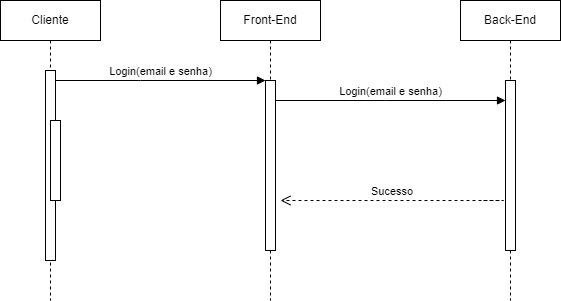
Above: arquivosinuteis/diagramasequencia2.drawio.png in Miguel11h/tcc (draw.io), before the change. Source tidied: cells renumbered, new cells last; positions are measured from the earlier drawing's top-left corner, leaving out a move shared by most shapes.
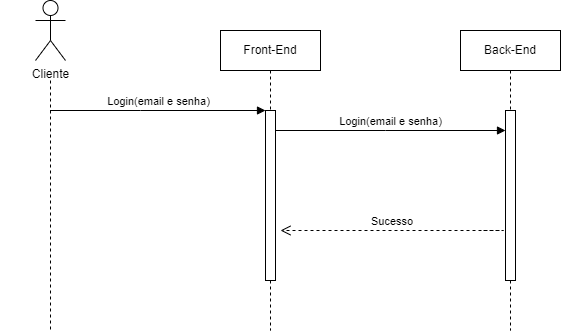
After the change.

Change to the diagram source:
```diff
@@ -1,23 +1,17 @@
-<mxGraphModel>
+<mxGraphModel background="#ffffff">
   <root>
     <mxCell id="0" />
     <mxCell id="1" parent="0" />
-    <mxCell id="2" value="Cliente" style="shape=umlLifeline;perimeter=lifelinePerimeter;whiteSpace=wrap;html=1;outlineConnect=0;portConstraint=eastwest;newEdgeStyle={&quot;edgeStyle&quot;:&quot;elbowEdgeStyle&quot;,&quot;elbow&quot;:&quot;vertical&quot;,&quot;curved&quot;:0,&quot;rounded&quot;:0};" parent="1" vertex="1">
-      <mxGeometry width="100" height="300" as="geometry" />
+    <mxCell id="2" style="shape=umlLifeline;perimeter=lifelinePerimeter;whiteSpace=wrap;html=1;outlineConnect=0;portConstraint=eastwest;newEdgeStyle={&quot;edgeStyle&quot;:&quot;elbowEdgeStyle&quot;,&quot;elbow&quot;:&quot;vertical&quot;,&quot;curved&quot;:0,&quot;rounded&quot;:0};size=0;" parent="1" vertex="1">
+      <mxGeometry y="50" width="100" height="250" as="geometry" />
     </mxCell>
-    <mxCell id="3" style="html=1;points=[];perimeter=orthogonalPerimeter;outlineConnect=0;targetShapes=umlLifeline;portConstraint=eastwest;newEdgeStyle={&quot;edgeStyle&quot;:&quot;elbowEdgeStyle&quot;,&quot;elbow&quot;:&quot;vertical&quot;,&quot;curved&quot;:0,&quot;rounded&quot;:0};" parent="2" vertex="1">
-      <mxGeometry x="45" y="70" width="10" height="190" as="geometry" />
-    </mxCell>
-    <mxCell id="4" style="html=1;perimeter=orthogonalPerimeter;targetShapes=umlLifeline;newEdgeStyle={&quot;edgeStyle&quot;:&quot;elbowEdgeStyle&quot;,&quot;elbow&quot;:&quot;vertical&quot;,&quot;curved&quot;:0,&quot;rounded&quot;:0};" parent="2" vertex="1">
-      <mxGeometry x="50" y="120" width="10" height="80" as="geometry" />
-    </mxCell>
     <mxCell id="5" value="Front-End" style="shape=umlLifeline;perimeter=lifelinePerimeter;whiteSpace=wrap;html=1;newEdgeStyle={&quot;edgeStyle&quot;:&quot;elbowEdgeStyle&quot;,&quot;elbow&quot;:&quot;vertical&quot;,&quot;curved&quot;:0,&quot;rounded&quot;:0};" parent="1" vertex="1">
       <mxGeometry x="220" width="100" height="300" as="geometry" />
     </mxCell>
     <mxCell id="6" style="html=1;points=[];perimeter=orthogonalPerimeter;outlineConnect=0;targetShapes=umlLifeline;portConstraint=eastwest;newEdgeStyle={&quot;edgeStyle&quot;:&quot;elbowEdgeStyle&quot;,&quot;elbow&quot;:&quot;vertical&quot;,&quot;curved&quot;:0,&quot;rounded&quot;:0};" parent="5" vertex="1">
       <mxGeometry x="45" y="80" width="10" height="170" as="geometry" />
     </mxCell>
-    <mxCell id="7" value="Login(email e senha)" style="html=1;verticalAlign=bottom;endArrow=block;edgeStyle=elbowEdgeStyle;elbow=vertical;curved=0;rounded=0;" parent="1" edge="1" source="3" target="6">
+    <mxCell id="7" value="Login(email e senha)" style="html=1;verticalAlign=bottom;endArrow=block;edgeStyle=elbowEdgeStyle;elbow=vertical;curved=0;rounded=0;" parent="1" edge="1" source="2" target="6">
       <mxGeometry relative="1" as="geometry">
         <Array as="points">
           <mxPoint x="140" y="80" />
@@ -46,5 +40,8 @@
         </Array>
       </mxGeometry>
     </mxCell>
+    <mxCell id="12" value="Cliente" style="shape=umlActor;verticalLabelPosition=bottom;verticalAlign=top;html=1;" parent="1" vertex="1">
+      <mxGeometry x="35" y="-30" width="30" height="60" as="geometry" />
+    </mxCell>
   </root>
 </mxGraphModel>
```
